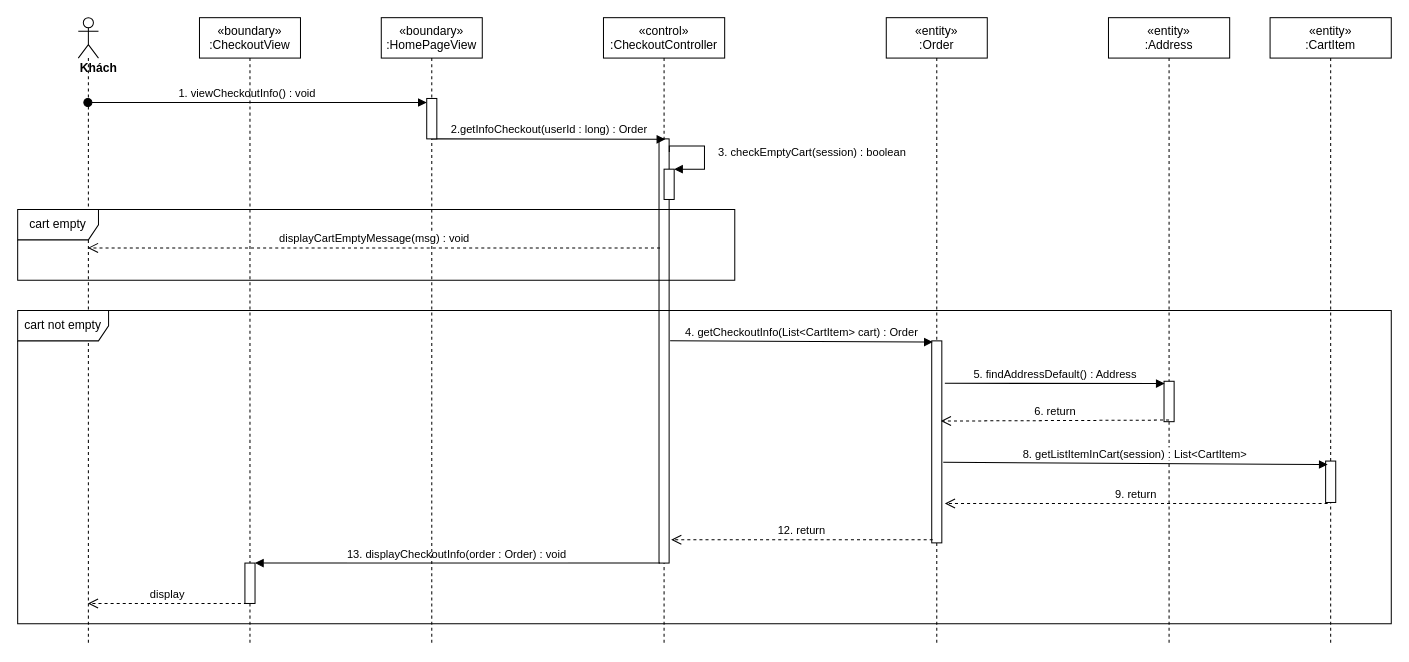
Before: sequence diagram/view-checkout-info-sequence.drawio in nguyenphamvan/datn_20202, a draw.io diagram. Source tidied: cells renumbered, new cells numbered last; positions are measured from the earlier drawing's top-left corner, leaving out a move shared by most shapes. Both pictures are drawn from the tidied source at 101%, with x=0, y=0 at pixel (17, 17).
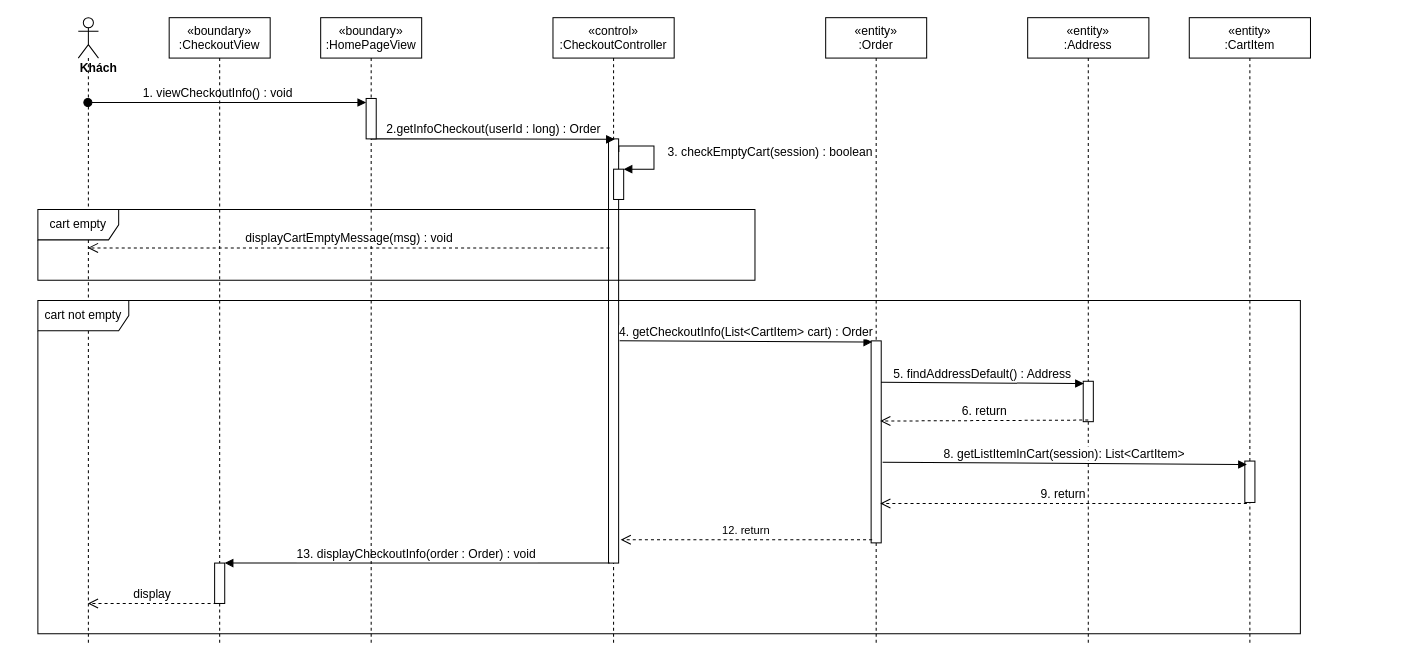
Above is the later version.

Unchanged cells that the change refers to:
```xml
<mxCell id="3" style="points=[];perimeter=orthogonalPerimeter;rounded=0;shadow=0;strokeWidth=1;" parent="2" vertex="1">
  <mxGeometry x="55" y="120" width="10" height="420" as="geometry" />
</mxCell>
<mxCell id="4" style="html=1;points=[];perimeter=orthogonalPerimeter;" parent="2" vertex="1">
  <mxGeometry x="60" y="150" width="10" height="30" as="geometry" />
</mxCell>
<mxCell id="6" value="&lt;div&gt;&lt;b&gt;Khách&lt;/b&gt;&lt;/div&gt;" style="shape=umlLifeline;participant=umlActor;perimeter=lifelinePerimeter;whiteSpace=wrap;html=1;verticalAlign=top;spacingTop=36;outlineConnect=0;align=left;" parent="1" vertex="1">
  <mxGeometry x="60" width="20" height="620" as="geometry" />
</mxCell>
<mxCell id="9" style="points=[];perimeter=orthogonalPerimeter;rounded=0;shadow=0;strokeWidth=1;" parent="8" vertex="1">
  <mxGeometry x="45" y="320" width="10" height="200" as="geometry" />
</mxCell>
<mxCell id="12" style="points=[];perimeter=orthogonalPerimeter;rounded=0;shadow=0;strokeWidth=1;" parent="11" vertex="1">
  <mxGeometry x="55" y="360" width="10" height="40" as="geometry" />
</mxCell>
<mxCell id="17" style="points=[];perimeter=orthogonalPerimeter;rounded=0;shadow=0;strokeWidth=1;" parent="16" vertex="1">
  <mxGeometry x="55" y="439" width="10" height="41" as="geometry" />
</mxCell>
<mxCell id="21" style="points=[];perimeter=orthogonalPerimeter;rounded=0;shadow=0;strokeWidth=1;" parent="20" vertex="1">
  <mxGeometry x="45" y="80" width="10" height="40" as="geometry" />
</mxCell>
<mxCell id="24" style="html=1;points=[];perimeter=orthogonalPerimeter;" parent="23" vertex="1">
  <mxGeometry x="45" y="540" width="10" height="40" as="geometry" />
</mxCell>
```

What changed in the source:
```diff
@@
     <mxCell id="2" value="«control»&#10;:CheckoutController" style="shape=umlLifeline;perimeter=lifelinePerimeter;rounded=0;shadow=0;strokeWidth=1;" parent="1" vertex="1">
-      <mxGeometry x="580" width="120" height="620" as="geometry" />
+      <mxGeometry x="530" width="120" height="620" as="geometry" />
     </mxCell>
@@
-    <mxCell id="5" value="3. checkEmptyCart(session) : boolean" style="edgeStyle=orthogonalEdgeStyle;html=1;align=left;spacingLeft=2;endArrow=block;rounded=0;entryX=1;entryY=0;exitX=1.02;exitY=0.031;exitDx=0;exitDy=0;exitPerimeter=0;" parent="2" edge="1" source="3" target="4">
+    <mxCell id="5" value="&lt;font style=&quot;font-size: 12px&quot;&gt;3. checkEmptyCart(session) : boolean&lt;/font&gt;" style="edgeStyle=orthogonalEdgeStyle;html=1;align=left;spacingLeft=2;endArrow=block;rounded=0;entryX=1;entryY=0;exitX=1.02;exitY=0.031;exitDx=0;exitDy=0;exitPerimeter=0;" parent="2" edge="1" source="3" target="4">
       <mxGeometry x="0.01" y="10" relative="1" as="geometry">
         <Array as="points">
           <mxPoint x="100" y="127" />
           <mxPoint x="100" y="150" />
         </Array>
       </mxGeometry>
     </mxCell>
@@
-    <mxCell id="7" value="1. viewCheckoutInfo() : void" style="verticalAlign=bottom;startArrow=oval;endArrow=block;startSize=8;shadow=0;strokeWidth=1;entryX=0;entryY=0.1;entryDx=0;entryDy=0;entryPerimeter=0;" parent="1" edge="1" source="6" target="21">
+    <mxCell id="7" value="1. viewCheckoutInfo() : void" style="verticalAlign=bottom;startArrow=oval;endArrow=block;startSize=8;shadow=0;strokeWidth=1;entryX=0;entryY=0.1;entryDx=0;entryDy=0;entryPerimeter=0;fontSize=12;" parent="1" edge="1" source="6" target="21">
       <mxGeometry x="-0.06" relative="1" as="geometry" />
     </mxCell>
     <mxCell id="8" value="«entity»&#10;:Order" style="shape=umlLifeline;perimeter=lifelinePerimeter;rounded=0;shadow=0;strokeWidth=1;" parent="1" vertex="1">
-      <mxGeometry x="860" width="100" height="620" as="geometry" />
+      <mxGeometry x="800" width="100" height="620" as="geometry" />
     </mxCell>
@@
-    <mxCell id="10" value="2.getInfoCheckout(userId : long) : Order" style="html=1;verticalAlign=bottom;endArrow=block;entryX=0.617;entryY=0.001;entryDx=0;entryDy=0;entryPerimeter=0;exitX=0.5;exitY=1;exitDx=0;exitDy=0;exitPerimeter=0;" parent="1" edge="1" source="21" target="3">
+    <mxCell id="10" value="&lt;font style=&quot;font-size: 12px&quot;&gt;2.getInfoCheckout(userId : long) : Order&lt;/font&gt;" style="html=1;verticalAlign=bottom;endArrow=block;entryX=0.617;entryY=0.001;entryDx=0;entryDy=0;entryPerimeter=0;exitX=0.5;exitY=1;exitDx=0;exitDy=0;exitPerimeter=0;" parent="1" edge="1" source="21" target="3">
       <mxGeometry relative="1" as="geometry" />
     </mxCell>
     <mxCell id="11" value="«entity»&#10;:Address" style="shape=umlLifeline;perimeter=lifelinePerimeter;rounded=0;shadow=0;strokeWidth=1;" parent="1" vertex="1">
-      <mxGeometry x="1080" width="120" height="620" as="geometry" />
+      <mxGeometry x="1000" width="120" height="620" as="geometry" />
     </mxCell>
@@
-    <mxCell id="13" value="13. displayCheckoutInfo(order : Order) : void" style="verticalAlign=bottom;endArrow=block;shadow=0;strokeWidth=1;exitX=0.1;exitY=1;exitDx=0;exitDy=0;exitPerimeter=0;" parent="1" edge="1" source="3" target="24">
+    <mxCell id="13" value="13. displayCheckoutInfo(order : Order) : void" style="verticalAlign=bottom;endArrow=block;shadow=0;strokeWidth=1;exitX=0.1;exitY=1;exitDx=0;exitDy=0;exitPerimeter=0;fontSize=12;" parent="1" edge="1" source="3" target="24">
       <mxGeometry relative="1" as="geometry" />
     </mxCell>
-    <mxCell id="14" value="5. findAddressDefault() : Address" style="html=1;verticalAlign=bottom;endArrow=block;rounded=0;entryX=0.06;entryY=0.056;entryDx=0;entryDy=0;entryPerimeter=0;" parent="1" edge="1" target="12">
-      <mxGeometry relative="1" as="geometry">
-        <mxPoint x="918" y="362" as="sourcePoint" />
-      </mxGeometry>
+    <mxCell id="14" value="&lt;font style=&quot;font-size: 12px&quot;&gt;5. findAddressDefault() : Address&lt;/font&gt;" style="html=1;verticalAlign=bottom;endArrow=block;rounded=0;entryX=0.06;entryY=0.056;entryDx=0;entryDy=0;entryPerimeter=0;exitX=0.98;exitY=0.205;exitDx=0;exitDy=0;exitPerimeter=0;" parent="1" edge="1" source="9" target="12">
+      <mxGeometry relative="1" as="geometry" />
     </mxCell>
-    <mxCell id="15" value="12. return" style="html=1;verticalAlign=bottom;endArrow=open;dashed=1;endSize=8;rounded=0;entryX=1.2;entryY=0.945;entryDx=0;entryDy=0;entryPerimeter=0;" parent="1" edge="1" target="3">
-      <mxGeometry relative="1" as="geometry">
-        <mxPoint x="906" y="517" as="sourcePoint" />
-      </mxGeometry>
+    <mxCell id="15" value="12. return" style="html=1;verticalAlign=bottom;endArrow=open;dashed=1;endSize=8;rounded=0;entryX=1.2;entryY=0.945;entryDx=0;entryDy=0;entryPerimeter=0;exitX=0.1;exitY=0.985;exitDx=0;exitDy=0;exitPerimeter=0;" parent="1" edge="1" source="9" target="3">
+      <mxGeometry relative="1" as="geometry" />
     </mxCell>
     <mxCell id="16" value="«entity»&#10;:CartItem" style="shape=umlLifeline;perimeter=lifelinePerimeter;rounded=0;shadow=0;strokeWidth=1;" parent="1" vertex="1">
-      <mxGeometry x="1240" width="120" height="620" as="geometry" />
+      <mxGeometry x="1160" width="120" height="620" as="geometry" />
     </mxCell>
@@
-    <mxCell id="18" value="8. getListItemInCart(session) : List&amp;lt;CartItem&amp;gt;" style="html=1;verticalAlign=bottom;endArrow=block;entryX=0.2;entryY=0.084;entryDx=0;entryDy=0;entryPerimeter=0;exitX=1.14;exitY=0.601;exitDx=0;exitDy=0;exitPerimeter=0;" parent="1" edge="1" source="9" target="17">
+    <mxCell id="18" value="&lt;font style=&quot;font-size: 12px&quot;&gt;8. getListItemInCart(session): List&amp;lt;CartItem&amp;gt;&lt;/font&gt;" style="html=1;verticalAlign=bottom;endArrow=block;entryX=0.2;entryY=0.084;entryDx=0;entryDy=0;entryPerimeter=0;exitX=1.14;exitY=0.601;exitDx=0;exitDy=0;exitPerimeter=0;" parent="1" edge="1" source="9" target="17">
       <mxGeometry relative="1" as="geometry" />
     </mxCell>
-    <mxCell id="19" value="9. return" style="html=1;verticalAlign=bottom;endArrow=open;dashed=1;endSize=8;exitX=0.2;exitY=1.024;exitDx=0;exitDy=0;exitPerimeter=0;" parent="1" edge="1" source="17">
-      <mxGeometry relative="1" as="geometry">
-        <mxPoint x="918" y="481" as="targetPoint" />
-      </mxGeometry>
+    <mxCell id="19" value="&lt;font style=&quot;font-size: 12px&quot;&gt;9. return&lt;/font&gt;" style="html=1;verticalAlign=bottom;endArrow=open;dashed=1;endSize=8;exitX=0.2;exitY=1.024;exitDx=0;exitDy=0;exitPerimeter=0;entryX=0.9;entryY=0.805;entryDx=0;entryDy=0;entryPerimeter=0;" parent="1" edge="1" source="17" target="9">
+      <mxGeometry relative="1" as="geometry" />
     </mxCell>
     <mxCell id="20" value="«boundary»&#10;:HomePageView" style="shape=umlLifeline;perimeter=lifelinePerimeter;rounded=0;shadow=0;strokeWidth=1;" parent="1" vertex="1">
-      <mxGeometry x="360" width="100" height="620" as="geometry" />
+      <mxGeometry x="300" width="100" height="620" as="geometry" />
     </mxCell>
@@
-    <mxCell id="22" value="4. getCheckoutInfo(List&amp;lt;CartItem&amp;gt; cart) : Order" style="html=1;verticalAlign=bottom;endArrow=block;entryX=0.1;entryY=0.006;entryDx=0;entryDy=0;entryPerimeter=0;exitX=1.1;exitY=0.476;exitDx=0;exitDy=0;exitPerimeter=0;" parent="1" edge="1" source="3" target="9">
+    <mxCell id="22" value="&lt;font style=&quot;font-size: 12px&quot;&gt;4. getCheckoutInfo(List&amp;lt;CartItem&amp;gt; cart) : Order&lt;/font&gt;" style="html=1;verticalAlign=bottom;endArrow=block;entryX=0.1;entryY=0.006;entryDx=0;entryDy=0;entryPerimeter=0;exitX=1.1;exitY=0.476;exitDx=0;exitDy=0;exitPerimeter=0;" parent="1" edge="1" source="3" target="9">
       <mxGeometry relative="1" as="geometry" />
     </mxCell>
     <mxCell id="23" value="«boundary»&#10;:CheckoutView" style="shape=umlLifeline;perimeter=lifelinePerimeter;rounded=0;shadow=0;strokeWidth=1;" parent="1" vertex="1">
-      <mxGeometry x="180" width="100" height="620" as="geometry" />
+      <mxGeometry x="150" width="100" height="620" as="geometry" />
     </mxCell>
@@
-    <mxCell id="25" value="displayCartEmptyMessage(msg) : void" style="html=1;verticalAlign=bottom;endArrow=open;dashed=1;endSize=8;exitX=0.1;exitY=0.257;exitDx=0;exitDy=0;exitPerimeter=0;" parent="1" edge="1" source="3" target="6">
+    <mxCell id="25" value="&lt;font style=&quot;font-size: 12px&quot;&gt;displayCartEmptyMessage(msg) : void&lt;/font&gt;" style="html=1;verticalAlign=bottom;endArrow=open;dashed=1;endSize=8;exitX=0.1;exitY=0.257;exitDx=0;exitDy=0;exitPerimeter=0;" parent="1" edge="1" source="3" target="6">
       <mxGeometry relative="1" as="geometry" />
     </mxCell>
     <mxCell id="26" value="cart empty" style="shape=umlFrame;whiteSpace=wrap;html=1;width=80;height=30;" parent="1" vertex="1">
-      <mxGeometry y="190" width="710" height="70" as="geometry" />
+      <mxGeometry x="20" y="190" width="710" height="70" as="geometry" />
     </mxCell>
-    <mxCell id="27" value="6. return" style="html=1;verticalAlign=bottom;endArrow=open;dashed=1;endSize=8;exitX=0.5;exitY=0.96;exitDx=0;exitDy=0;exitPerimeter=0;entryX=0.9;entryY=0.397;entryDx=0;entryDy=0;entryPerimeter=0;" parent="1" edge="1" source="12" target="9">
+    <mxCell id="27" value="&lt;font style=&quot;font-size: 12px&quot;&gt;6. return&lt;/font&gt;" style="html=1;verticalAlign=bottom;endArrow=open;dashed=1;endSize=8;exitX=0.5;exitY=0.96;exitDx=0;exitDy=0;exitPerimeter=0;entryX=0.9;entryY=0.397;entryDx=0;entryDy=0;entryPerimeter=0;" parent="1" edge="1" source="12" target="9">
       <mxGeometry relative="1" as="geometry" />
     </mxCell>
-    <mxCell id="28" value="display" style="html=1;verticalAlign=bottom;endArrow=open;dashed=1;endSize=8;exitX=0.2;exitY=1;exitDx=0;exitDy=0;exitPerimeter=0;" parent="1" edge="1" source="24" target="6">
+    <mxCell id="28" value="&lt;font style=&quot;font-size: 12px&quot;&gt;display&lt;/font&gt;" style="html=1;verticalAlign=bottom;endArrow=open;dashed=1;endSize=8;exitX=0.2;exitY=1;exitDx=0;exitDy=0;exitPerimeter=0;" parent="1" edge="1" source="24" target="6">
       <mxGeometry relative="1" as="geometry" />
     </mxCell>
     <mxCell id="29" value="cart not empty" style="shape=umlFrame;whiteSpace=wrap;html=1;width=90;height=30;" parent="1" vertex="1">
-      <mxGeometry y="290" width="1360" height="310" as="geometry" />
+      <mxGeometry x="20" y="280" width="1250" height="330" as="geometry" />
     </mxCell>
```
